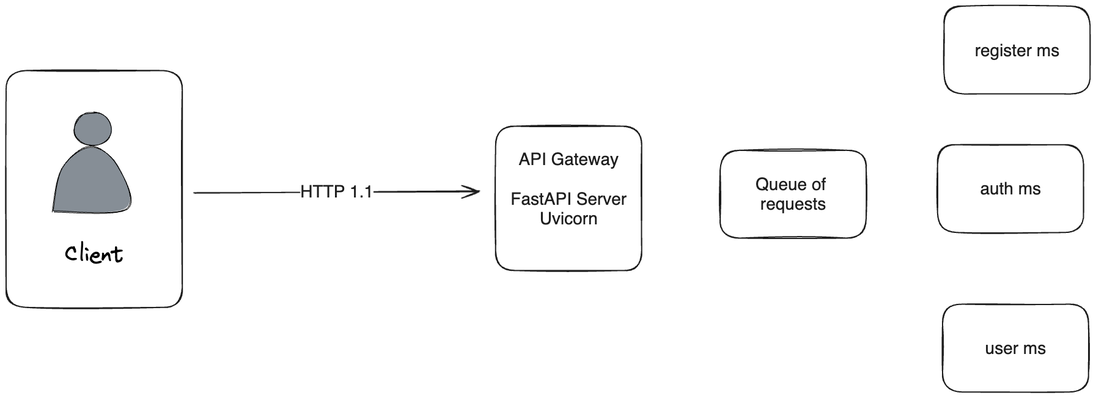
raphaelgolubev/hola-api keeps this Excalidraw diagram as docs/main.excalidraw.png. Above is the earlier version. Source tidied: one line per element, renumbered; positions are measured from the earlier drawing's top-left corner, leaving out a move shared by most shapes. The source it was exported from:
```json
{"id": 0, "type": "arrow", "strokeColor": "#1e1e1e", "strokeWidth": 2, "roughness": 1, "endArrowhead": "arrow", "round": true, "from": 13, "to": 2, "x": 308, "y": 304, "width": 466, "height": 2, "points": [[0, 0], [466, -2]]}
{"id": 1, "type": "text", "text": "HTTP 1.1", "strokeColor": "#1e1e1e", "strokeWidth": 2, "roughness": 1, "fontSize": 28, "fontFamily": 2, "textAlign": "center", "verticalAlign": "middle", "inside": 0, "x": 167, "y": 285, "width": 120, "height": 32}
{"id": 2, "type": "rectangle", "strokeColor": "#1e1e1e", "strokeWidth": 2, "roughness": 1, "round": true, "x": 801, "y": 196, "width": 239, "height": 236}
{"id": 3, "type": "text", "text": "API Gateway\n\nFastAPI Server\nUvicorn\n", "strokeColor": "#1e1e1e", "strokeWidth": 2, "roughness": 1, "fontSize": 28, "fontFamily": 2, "textAlign": "center", "verticalAlign": "middle", "inside": 2, "x": 825, "y": 234, "width": 190, "height": 161}
{"id": 4, "type": "rectangle", "strokeColor": "#1e1e1e", "strokeWidth": 2, "roughness": 1, "round": true, "x": 1534, "y": 0, "width": 239, "height": 144}
{"id": 5, "type": "text", "text": "register ms", "strokeColor": "#1e1e1e", "strokeWidth": 2, "roughness": 1, "fontSize": 28, "fontFamily": 2, "textAlign": "center", "verticalAlign": "middle", "inside": 4, "x": 1585, "y": 56, "width": 138, "height": 32}
{"id": 6, "type": "rectangle", "strokeColor": "#1e1e1e", "strokeWidth": 2, "roughness": 1, "round": true, "x": 1524, "y": 227, "width": 239, "height": 144}
{"id": 7, "type": "text", "text": "auth ms", "strokeColor": "#1e1e1e", "strokeWidth": 2, "roughness": 1, "fontSize": 28, "fontFamily": 2, "textAlign": "center", "verticalAlign": "middle", "inside": 6, "x": 1593, "y": 282, "width": 100, "height": 32}
{"id": 8, "type": "rectangle", "strokeColor": "#1e1e1e", "strokeWidth": 2, "roughness": 1, "round": true, "x": 1532, "y": 488, "width": 239, "height": 144}
{"id": 9, "type": "text", "text": "user ms", "strokeColor": "#1e1e1e", "strokeWidth": 2, "roughness": 1, "fontSize": 28, "fontFamily": 2, "textAlign": "center", "verticalAlign": "middle", "inside": 8, "x": 1602, "y": 543, "width": 100, "height": 32}
{"id": 10, "type": "text", "text": "Client", "strokeColor": "#000000", "angle": 0.02, "backgroundColor": "white", "fillStyle": "solid", "strokeWidth": 1, "roughness": 1, "fontSize": 35.56, "fontFamily": 1, "x": 96, "y": 386, "width": 96, "height": 44}
{"id": 11, "type": "line", "strokeColor": "#000000", "angle": 0.02, "backgroundColor": "#868e96", "fillStyle": "solid", "strokeWidth": 1, "roughness": 1, "round": true, "x": 78, "y": 337, "width": 121, "height": 108, "points": [[0, 0], [14, -71], [58, -108], [102, -79], [121, -7], [0, 0]]}
{"id": 12, "type": "ellipse", "strokeColor": "#000000", "angle": 0.02, "backgroundColor": "#868e96", "fillStyle": "solid", "strokeWidth": 1, "roughness": 1, "x": 111, "y": 174, "width": 62, "height": 54}
{"id": 13, "type": "rectangle", "strokeColor": "#1e1e1e", "strokeWidth": 2, "roughness": 1, "round": true, "x": 0, "y": 105, "width": 288, "height": 387}
{"id": 14, "type": "rectangle", "strokeColor": "#1e1e1e", "strokeWidth": 2, "roughness": 1, "round": true, "x": 1168, "y": 236, "width": 239, "height": 144}
{"id": 15, "type": "text", "text": "Queue of \nrequests", "strokeColor": "#1e1e1e", "strokeWidth": 2, "roughness": 1, "fontSize": 28, "fontFamily": 2, "textAlign": "center", "verticalAlign": "middle", "inside": 14, "x": 1226, "y": 275, "width": 123, "height": 64}
```
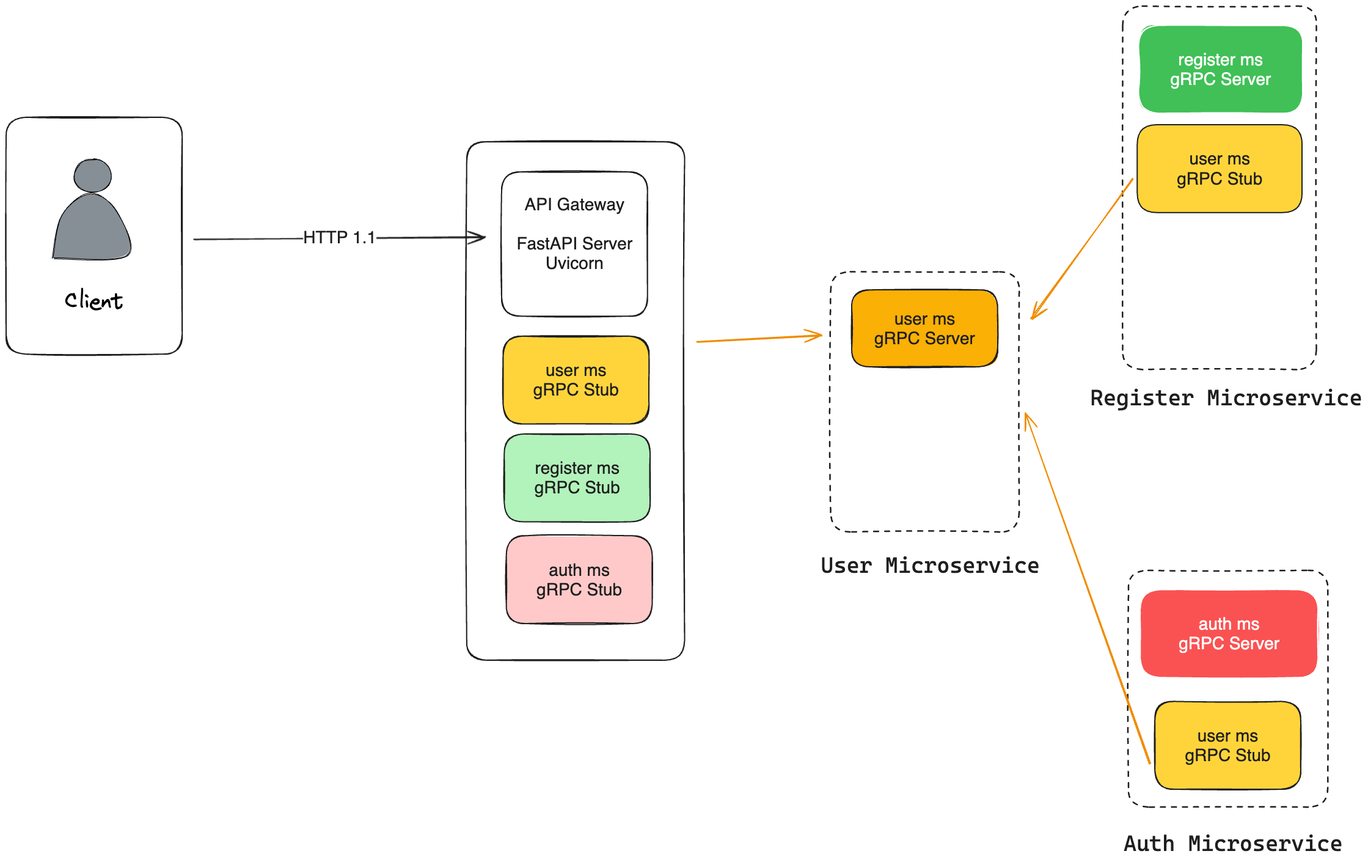
After the commit.

Change to the diagram source:
```diff
@@ -1,16 +1,34 @@
-{"id": 0, "type": "arrow", "strokeColor": "#1e1e1e", "strokeWidth": 2, "roughness": 1, "endArrowhead": "arrow", "round": true, "from": 13, "to": 2, "x": 308, "y": 304, "width": 466, "height": 2, "points": [[0, 0], [466, -2]]}
+{"id": 0, "type": "arrow", "strokeColor": "#1e1e1e", "strokeWidth": 2, "roughness": 1, "endArrowhead": "arrow", "round": true, "from": 13, "to": 2, "x": 299, "y": 45, "width": 476, "height": 3, "points": [[0, 0], [476, -3]]}
 {"id": 1, "type": "text", "text": "HTTP 1.1", "strokeColor": "#1e1e1e", "strokeWidth": 2, "roughness": 1, "fontSize": 28, "fontFamily": 2, "textAlign": "center", "verticalAlign": "middle", "inside": 0, "x": 167, "y": 285, "width": 120, "height": 32}
-{"id": 2, "type": "rectangle", "strokeColor": "#1e1e1e", "strokeWidth": 2, "roughness": 1, "round": true, "x": 801, "y": 196, "width": 239, "height": 236}
+{"id": 2, "type": "rectangle", "strokeColor": "#1e1e1e", "strokeWidth": 2, "roughness": 1, "round": true, "x": 801, "y": -64, "width": 239, "height": 236}
-{"id": 3, "type": "text", "text": "API Gateway\n\nFastAPI Server\nUvicorn\n", "strokeColor": "#1e1e1e", "strokeWidth": 2, "roughness": 1, "fontSize": 28, "fontFamily": 2, "textAlign": "center", "verticalAlign": "middle", "inside": 2, "x": 825, "y": 234, "width": 190, "height": 161}
+{"id": 3, "type": "text", "text": "API Gateway\n\nFastAPI Server\nUvicorn\n", "strokeColor": "#1e1e1e", "strokeWidth": 2, "roughness": 1, "fontSize": 28, "fontFamily": 2, "textAlign": "center", "verticalAlign": "middle", "inside": 2, "x": 826, "y": -26, "width": 190, "height": 161}
-{"id": 4, "type": "rectangle", "strokeColor": "#1e1e1e", "strokeWidth": 2, "roughness": 1, "round": true, "x": 1534, "y": 0, "width": 239, "height": 144}
-{"id": 5, "type": "text", "text": "register ms", "strokeColor": "#1e1e1e", "strokeWidth": 2, "roughness": 1, "fontSize": 28, "fontFamily": 2, "textAlign": "center", "verticalAlign": "middle", "inside": 4, "x": 1585, "y": 56, "width": 138, "height": 32}
-{"id": 6, "type": "rectangle", "strokeColor": "#1e1e1e", "strokeWidth": 2, "roughness": 1, "round": true, "x": 1524, "y": 227, "width": 239, "height": 144}
-{"id": 7, "type": "text", "text": "auth ms", "strokeColor": "#1e1e1e", "strokeWidth": 2, "roughness": 1, "fontSize": 28, "fontFamily": 2, "textAlign": "center", "verticalAlign": "middle", "inside": 6, "x": 1593, "y": 282, "width": 100, "height": 32}
-{"id": 8, "type": "rectangle", "strokeColor": "#1e1e1e", "strokeWidth": 2, "roughness": 1, "round": true, "x": 1532, "y": 488, "width": 239, "height": 144}
-{"id": 9, "type": "text", "text": "user ms", "strokeColor": "#1e1e1e", "strokeWidth": 2, "roughness": 1, "fontSize": 28, "fontFamily": 2, "textAlign": "center", "verticalAlign": "middle", "inside": 8, "x": 1602, "y": 543, "width": 100, "height": 32}
-{"id": 10, "type": "text", "text": "Client", "strokeColor": "#000000", "angle": 0.02, "backgroundColor": "white", "fillStyle": "solid", "strokeWidth": 1, "roughness": 1, "fontSize": 35.56, "fontFamily": 1, "x": 96, "y": 386, "width": 96, "height": 44}
+{"id": 10, "type": "text", "text": "Client", "strokeColor": "#000000", "angle": 0.02, "backgroundColor": "white", "fillStyle": "solid", "strokeWidth": 1, "roughness": 1, "fontSize": 35.56, "fontFamily": 1, "x": 87, "y": 127, "width": 96, "height": 44}
-{"id": 11, "type": "line", "strokeColor": "#000000", "angle": 0.02, "backgroundColor": "#868e96", "fillStyle": "solid", "strokeWidth": 1, "roughness": 1, "round": true, "x": 78, "y": 337, "width": 121, "height": 108, "points": [[0, 0], [14, -71], [58, -108], [102, -79], [121, -7], [0, 0]]}
+{"id": 11, "type": "line", "strokeColor": "#000000", "angle": 0.02, "backgroundColor": "#868e96", "fillStyle": "solid", "strokeWidth": 1, "roughness": 1, "round": true, "x": 69, "y": 79, "width": 121, "height": 108, "points": [[0, 0], [14, -71], [58, -108], [102, -79], [121, -7], [0, 0]]}
-{"id": 12, "type": "ellipse", "strokeColor": "#000000", "angle": 0.02, "backgroundColor": "#868e96", "fillStyle": "solid", "strokeWidth": 1, "roughness": 1, "x": 111, "y": 174, "width": 62, "height": 54}
+{"id": 12, "type": "ellipse", "strokeColor": "#000000", "angle": 0.02, "backgroundColor": "#868e96", "fillStyle": "solid", "strokeWidth": 1, "roughness": 1, "x": 102, "y": -85, "width": 62, "height": 54}
-{"id": 13, "type": "rectangle", "strokeColor": "#1e1e1e", "strokeWidth": 2, "roughness": 1, "round": true, "x": 0, "y": 105, "width": 288, "height": 387}
+{"id": 13, "type": "rectangle", "strokeColor": "#1e1e1e", "strokeWidth": 2, "roughness": 1, "round": true, "x": -9, "y": -153, "width": 288, "height": 387}
-{"id": 14, "type": "rectangle", "strokeColor": "#1e1e1e", "strokeWidth": 2, "roughness": 1, "round": true, "x": 1168, "y": 236, "width": 239, "height": 144}
-{"id": 15, "type": "text", "text": "Queue of \nrequests", "strokeColor": "#1e1e1e", "strokeWidth": 2, "roughness": 1, "fontSize": 28, "fontFamily": 2, "textAlign": "center", "verticalAlign": "middle", "inside": 14, "x": 1226, "y": 275, "width": 123, "height": 64}
+{"id": 16, "type": "rectangle", "strokeColor": "#1e1e1e", "backgroundColor": "#ffd43b", "fillStyle": "solid", "strokeWidth": 2, "roughness": 1, "round": true, "x": 804, "y": 205, "width": 239, "height": 144}
+{"id": 17, "type": "text", "text": "user ms\ngRPC Stub", "strokeColor": "#1e1e1e", "strokeWidth": 2, "roughness": 1, "fontSize": 28, "fontFamily": 2, "textAlign": "center", "verticalAlign": "middle", "inside": 16, "x": 853, "y": 245, "width": 140, "height": 64}
+{"id": 18, "type": "rectangle", "strokeColor": "#1e1e1e", "strokeWidth": 2, "roughness": 1, "round": true, "x": 744, "y": -113, "width": 357, "height": 848}
+{"id": 19, "type": "rectangle", "strokeColor": "#1e1e1e", "backgroundColor": "#ffd43b", "fillStyle": "solid", "strokeWidth": 2, "roughness": 0, "round": true, "x": 1842, "y": -141, "width": 270, "height": 144}
+{"id": 20, "type": "text", "text": "user ms\ngRPC Stub", "strokeColor": "#1e1e1e", "strokeWidth": 2, "roughness": 1, "fontSize": 28, "fontFamily": 2, "textAlign": "center", "verticalAlign": "middle", "inside": 19, "x": 1907, "y": -101, "width": 140, "height": 64}
+{"id": 21, "type": "rectangle", "strokeColor": "#ffffff", "backgroundColor": "#40c057", "fillStyle": "solid", "strokeWidth": 2, "roughness": 1, "round": true, "x": 1844, "y": -303, "width": 269, "height": 144}
+{"id": 22, "type": "text", "text": "register ms\ngRPC Server", "strokeColor": "#ffffff", "strokeWidth": 2, "roughness": 1, "fontSize": 28, "fontFamily": 2, "textAlign": "center", "verticalAlign": "middle", "inside": 21, "x": 1896, "y": -263, "width": 165, "height": 64}
+{"id": 23, "type": "rectangle", "strokeColor": "#1e1e1e", "strokeWidth": 2, "strokeStyle": "dashed", "roughness": 1, "round": true, "x": 1818, "y": -335, "width": 317, "height": 595}
+{"id": 24, "type": "text", "text": "Register Microservice", "strokeColor": "#1e1e1e", "backgroundColor": "#fa5252", "fillStyle": "solid", "strokeWidth": 2, "strokeStyle": "dashed", "roughness": 1, "fontSize": 36.17, "fontFamily": 3, "x": 1765, "y": 283, "width": 445, "height": 43}
+{"id": 25, "type": "rectangle", "strokeColor": "#1e1e1e", "backgroundColor": "#fab005", "fillStyle": "solid", "strokeWidth": 2, "roughness": 1, "round": true, "x": 1375, "y": 129, "width": 239, "height": 126}
+{"id": 26, "type": "text", "text": "user ms\ngRPC Server", "strokeColor": "#1e1e1e", "strokeWidth": 2, "roughness": 1, "fontSize": 28, "fontFamily": 2, "textAlign": "center", "verticalAlign": "middle", "inside": 25, "x": 1412, "y": 160, "width": 165, "height": 64}
+{"id": 27, "type": "rectangle", "strokeColor": "#1e1e1e", "strokeWidth": 2, "strokeStyle": "dashed", "roughness": 1, "round": true, "x": 1340, "y": 100, "width": 309, "height": 426}
+{"id": 28, "type": "text", "text": "User Microservice", "strokeColor": "#1e1e1e", "backgroundColor": "#fa5252", "fillStyle": "solid", "strokeWidth": 2, "strokeStyle": "dashed", "roughness": 1, "fontSize": 36, "fontFamily": 3, "x": 1324, "y": 557, "width": 359, "height": 43}
+{"id": 29, "type": "rectangle", "strokeColor": "#1e1e1e", "backgroundColor": "#ffd43b", "fillStyle": "solid", "strokeWidth": 2, "roughness": 1, "round": true, "x": 1871, "y": 803, "width": 239, "height": 144}
+{"id": 30, "type": "text", "text": "user ms\ngRPC Stub", "strokeColor": "#1e1e1e", "strokeWidth": 2, "roughness": 1, "fontSize": 28, "fontFamily": 2, "textAlign": "center", "verticalAlign": "middle", "inside": 29, "x": 1920, "y": 842, "width": 140, "height": 64}
+{"id": 31, "type": "rectangle", "strokeColor": "#ffffff", "backgroundColor": "#fa5252", "fillStyle": "solid", "strokeWidth": 2, "roughness": 1, "round": true, "x": 1847, "y": 620, "width": 291, "height": 144}
+{"id": 32, "type": "text", "text": "auth ms\ngRPC Server", "strokeColor": "#ffffff", "strokeWidth": 2, "roughness": 1, "fontSize": 28, "fontFamily": 2, "textAlign": "center", "verticalAlign": "middle", "inside": 31, "x": 1910, "y": 659, "width": 165, "height": 64}
+{"id": 33, "type": "rectangle", "strokeColor": "#1e1e1e", "strokeWidth": 2, "strokeStyle": "dashed", "roughness": 1, "round": true, "x": 1828, "y": 588, "width": 326, "height": 387}
+{"id": 34, "type": "text", "text": "Auth Microservice", "strokeColor": "#1e1e1e", "backgroundColor": "#fa5252", "fillStyle": "solid", "strokeWidth": 2, "strokeStyle": "dashed", "roughness": 1, "fontSize": 36, "fontFamily": 3, "x": 1819, "y": 1013, "width": 359, "height": 43}
+{"id": 35, "type": "rectangle", "strokeColor": "#1e1e1e", "backgroundColor": "#b2f2bb", "fillStyle": "solid", "strokeWidth": 2, "roughness": 1, "round": true, "x": 806, "y": 365, "width": 239, "height": 144}
+{"id": 36, "type": "text", "text": "register ms\ngRPC Stub", "strokeColor": "#1e1e1e", "strokeWidth": 2, "roughness": 1, "fontSize": 28, "fontFamily": 2, "textAlign": "center", "verticalAlign": "middle", "inside": 35, "x": 855, "y": 405, "width": 140, "height": 64}
+{"id": 37, "type": "rectangle", "strokeColor": "#1e1e1e", "backgroundColor": "#ffc9c9", "fillStyle": "solid", "strokeWidth": 2, "roughness": 1, "round": true, "x": 809, "y": 532, "width": 239, "height": 144}
+{"id": 38, "type": "text", "text": "auth ms\ngRPC Stub", "strokeColor": "#1e1e1e", "strokeWidth": 2, "roughness": 1, "fontSize": 28, "fontFamily": 2, "textAlign": "center", "verticalAlign": "middle", "inside": 37, "x": 859, "y": 571, "width": 140, "height": 64}
+{"id": 39, "type": "arrow", "strokeColor": "#f08c00", "backgroundColor": "#ffc9c9", "fillStyle": "solid", "strokeWidth": 2, "roughness": 1, "endArrowhead": "arrow", "round": true, "from": 19, "to": 27, "x": 1834, "y": -51, "width": 166, "height": 228, "points": [[0, 0], [-166, 228]]}
+{"id": 40, "type": "arrow", "strokeColor": "#f08c00", "backgroundColor": "#ffc9c9", "fillStyle": "solid", "strokeWidth": 2, "roughness": 1, "endArrowhead": "arrow", "round": true, "from": 29, "to": 27, "x": 1862, "y": 904, "width": 203, "height": 573, "points": [[0, 0], [-203, -573]]}
+{"id": 41, "type": "arrow", "strokeColor": "#f08c00", "backgroundColor": "#ffc9c9", "fillStyle": "solid", "strokeWidth": 2, "roughness": 1, "endArrowhead": "arrow", "round": true, "from": 18, "to": 27, "x": 1121, "y": 215, "width": 204, "height": 11, "points": [[0, 0], [204, -11]]}
```
